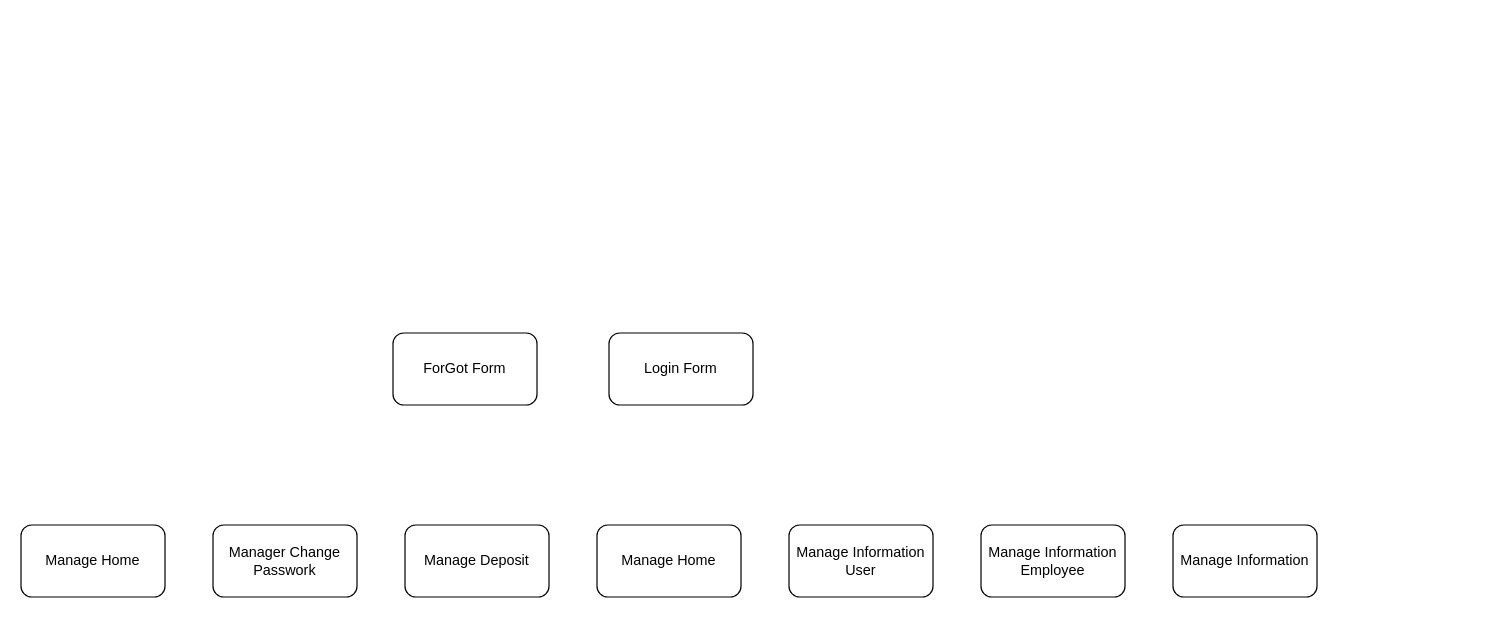
Above: Winform.drawio in reality8080/iBanking (draw.io), before the change. Source tidied: cells renumbered, new cells numbered last; positions are measured from the earlier drawing's top-left corner, leaving out a move shared by most shapes. Both pictures are drawn from the tidied source at 120%, with x=0, y=0 at pixel (20, 332).
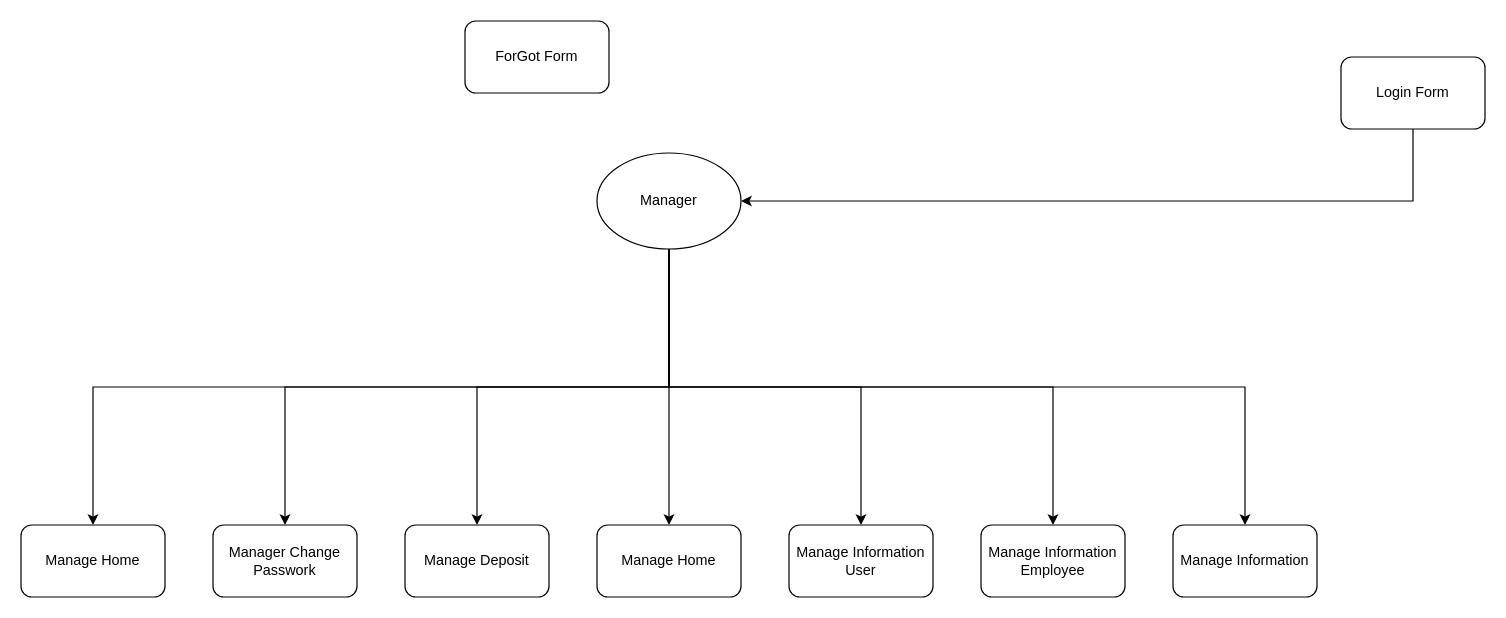
The same page after the edit.

Diff of the diagram source:
```diff
@@
 <mxGraphModel>
   <root>
     <mxCell id="0" />
     <mxCell id="1" parent="0" />
+    <mxCell id="11" style="edgeStyle=orthogonalEdgeStyle;rounded=0;jettySize=auto;html=1;exitX=0.5;exitY=1;exitDx=0;exitDy=0;entryX=1;entryY=0.5;entryDx=0;entryDy=0;" parent="1" edge="1" source="2" target="19">
+      <mxGeometry relative="1" as="geometry" />
+    </mxCell>
     <mxCell id="2" value="Login Form" style="rounded=1;whiteSpace=wrap;html=1;" parent="1" vertex="1">
-      <mxGeometry x="490" width="120" height="60" as="geometry" />
+      <mxGeometry x="1100" y="-230" width="120" height="60" as="geometry" />
     </mxCell>
     <mxCell id="3" value="ForGot Form" style="rounded=1;whiteSpace=wrap;html=1;" parent="1" vertex="1">
-      <mxGeometry x="310" width="120" height="60" as="geometry" />
+      <mxGeometry x="370" y="-260" width="120" height="60" as="geometry" />
     </mxCell>
     <mxCell id="4" value="Manage Home" style="rounded=1;whiteSpace=wrap;html=1;" parent="1" vertex="1">
       <mxGeometry x="480" y="160" width="120" height="60" as="geometry" />
     </mxCell>
     <mxCell id="5" value="Manage Deposit" style="rounded=1;whiteSpace=wrap;html=1;" parent="1" vertex="1">
       <mxGeometry x="320" y="160" width="120" height="60" as="geometry" />
     </mxCell>
     <mxCell id="6" value="Manage Information User" style="rounded=1;whiteSpace=wrap;html=1;" parent="1" vertex="1">
       <mxGeometry x="640" y="160" width="120" height="60" as="geometry" />
     </mxCell>
     <mxCell id="7" value="Manage Home" style="rounded=1;whiteSpace=wrap;html=1;" parent="1" vertex="1">
       <mxGeometry y="160" width="120" height="60" as="geometry" />
     </mxCell>
     <mxCell id="8" value="Manager Change Passwork" style="rounded=1;whiteSpace=wrap;html=1;" parent="1" vertex="1">
       <mxGeometry x="160" y="160" width="120" height="60" as="geometry" />
     </mxCell>
     <mxCell id="9" value="Manage Information" style="rounded=1;whiteSpace=wrap;html=1;" parent="1" vertex="1">
       <mxGeometry x="960" y="160" width="120" height="60" as="geometry" />
     </mxCell>
     <mxCell id="10" value="Manage Information Employee" style="rounded=1;whiteSpace=wrap;html=1;" parent="1" vertex="1">
       <mxGeometry x="800" y="160" width="120" height="60" as="geometry" />
     </mxCell>
+    <mxCell id="12" style="edgeStyle=orthogonalEdgeStyle;rounded=0;jettySize=auto;html=1;exitX=0.5;exitY=1;exitDx=0;exitDy=0;entryX=0.5;entryY=0;entryDx=0;entryDy=0;" parent="1" edge="1" source="19" target="4">
+      <mxGeometry relative="1" as="geometry" />
+    </mxCell>
+    <mxCell id="13" style="edgeStyle=orthogonalEdgeStyle;rounded=0;jettySize=auto;html=1;exitX=0.5;exitY=1;exitDx=0;exitDy=0;" parent="1" edge="1" source="19" target="5">
+      <mxGeometry relative="1" as="geometry" />
+    </mxCell>
+    <mxCell id="14" style="edgeStyle=orthogonalEdgeStyle;rounded=0;jettySize=auto;html=1;exitX=0.5;exitY=1;exitDx=0;exitDy=0;" parent="1" edge="1" source="19" target="6">
+      <mxGeometry relative="1" as="geometry" />
+    </mxCell>
+    <mxCell id="15" style="edgeStyle=orthogonalEdgeStyle;rounded=0;jettySize=auto;html=1;exitX=0.5;exitY=1;exitDx=0;exitDy=0;" parent="1" edge="1" source="19" target="10">
+      <mxGeometry relative="1" as="geometry" />
+    </mxCell>
+    <mxCell id="16" style="edgeStyle=orthogonalEdgeStyle;rounded=0;jettySize=auto;html=1;exitX=0.5;exitY=1;exitDx=0;exitDy=0;" parent="1" edge="1" source="19" target="9">
+      <mxGeometry relative="1" as="geometry" />
+    </mxCell>
+    <mxCell id="17" style="edgeStyle=orthogonalEdgeStyle;rounded=0;jettySize=auto;html=1;exitX=0.5;exitY=1;exitDx=0;exitDy=0;" parent="1" edge="1" source="19" target="8">
+      <mxGeometry relative="1" as="geometry" />
+    </mxCell>
+    <mxCell id="18" style="edgeStyle=orthogonalEdgeStyle;rounded=0;jettySize=auto;html=1;exitX=0.5;exitY=1;exitDx=0;exitDy=0;" parent="1" edge="1" source="19" target="7">
+      <mxGeometry relative="1" as="geometry" />
+    </mxCell>
+    <mxCell id="19" value="Manager" style="ellipse;whiteSpace=wrap;html=1;" parent="1" vertex="1">
+      <mxGeometry x="480" y="-150" width="120" height="80" as="geometry" />
+    </mxCell>
   </root>
 </mxGraphModel>
```
